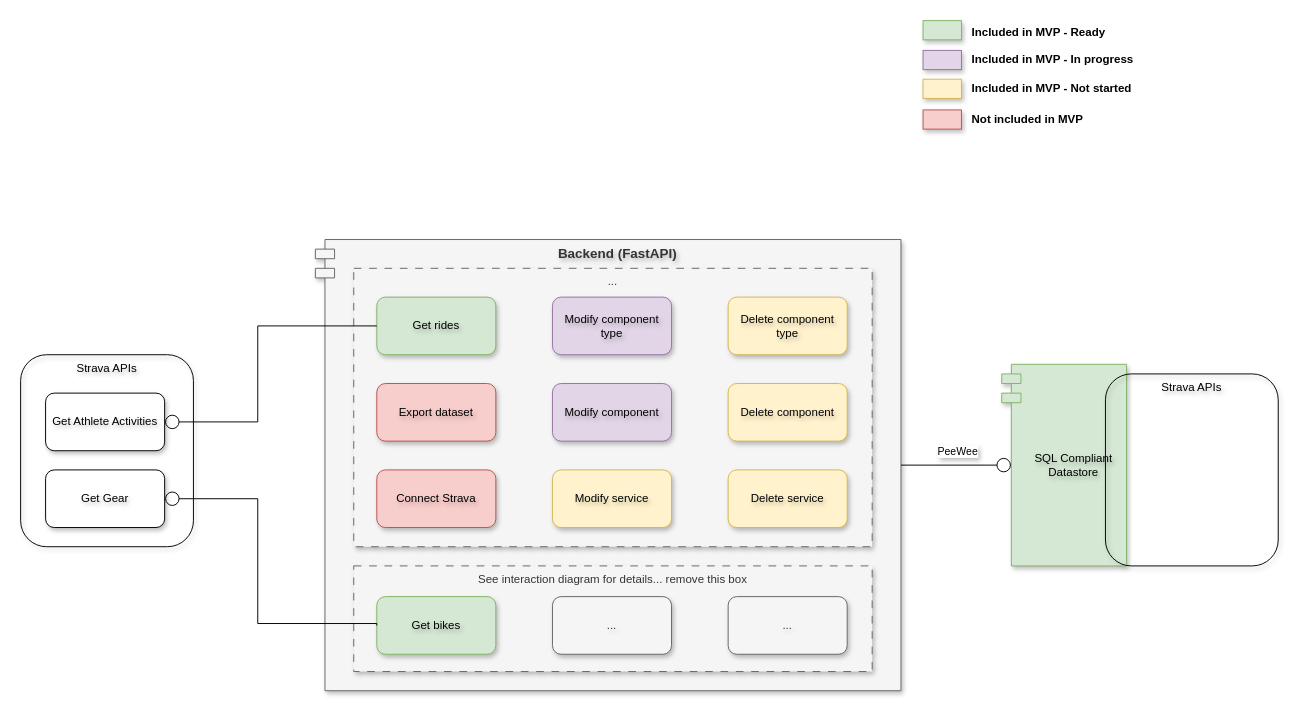
xivind/velo-supervisor-2000 keeps this draw.io diagram as page "Endpoints" (2 of 7) of docs/all_diagrams.drawio. Above is the earlier version. Source tidied: cells renumbered, new cells numbered last; positions are measured from the earlier drawing's top-left corner, leaving out a move shared by most shapes. Both pictures are drawn from the tidied source at 96%, with x=0, y=0 at pixel (20, 18).
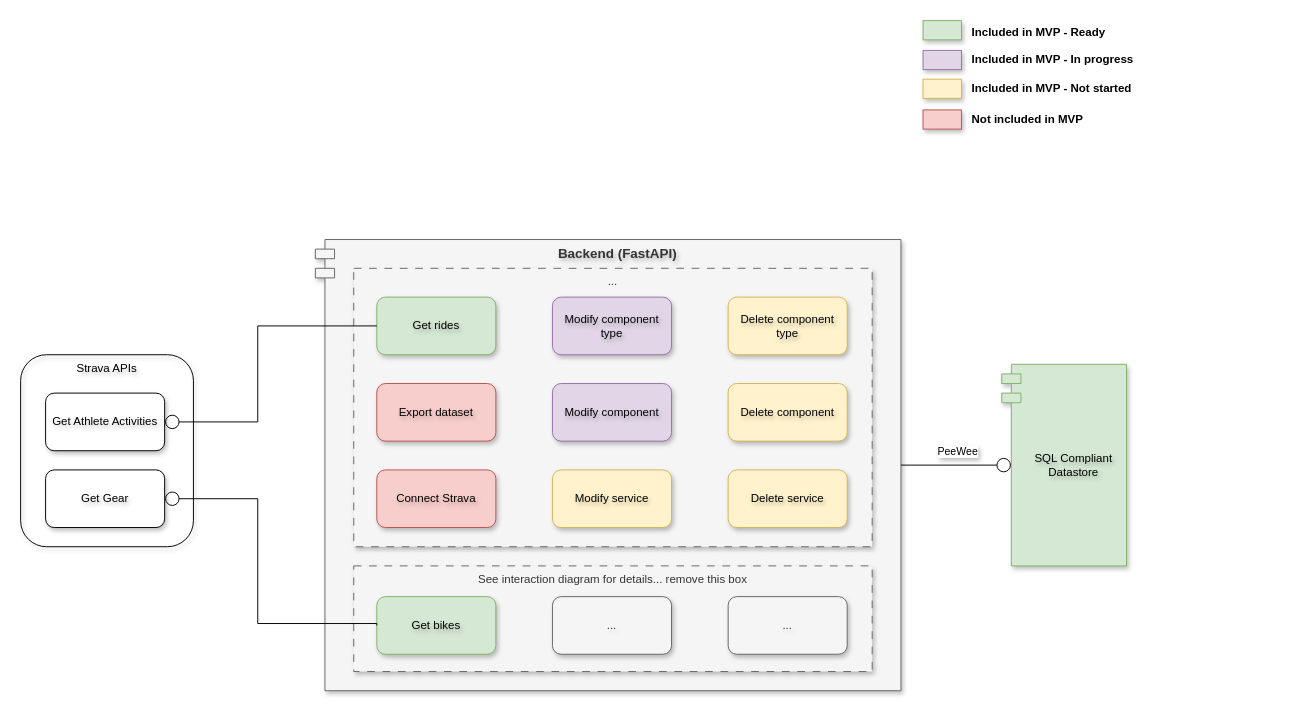
The same page after the edit.

Commit message:
Removed obsolote strava-box

Change to the diagram source:
```diff
@@
-    <mxCell id="25" value="Strava APIs" style="rounded=1;whiteSpace=wrap;html=1;fillColor=none;textShadow=1;shadow=1;verticalAlign=top;" parent="1" vertex="1">
-      <mxGeometry x="1130" y="370" width="180" height="200" as="geometry" />
-    </mxCell>
```
